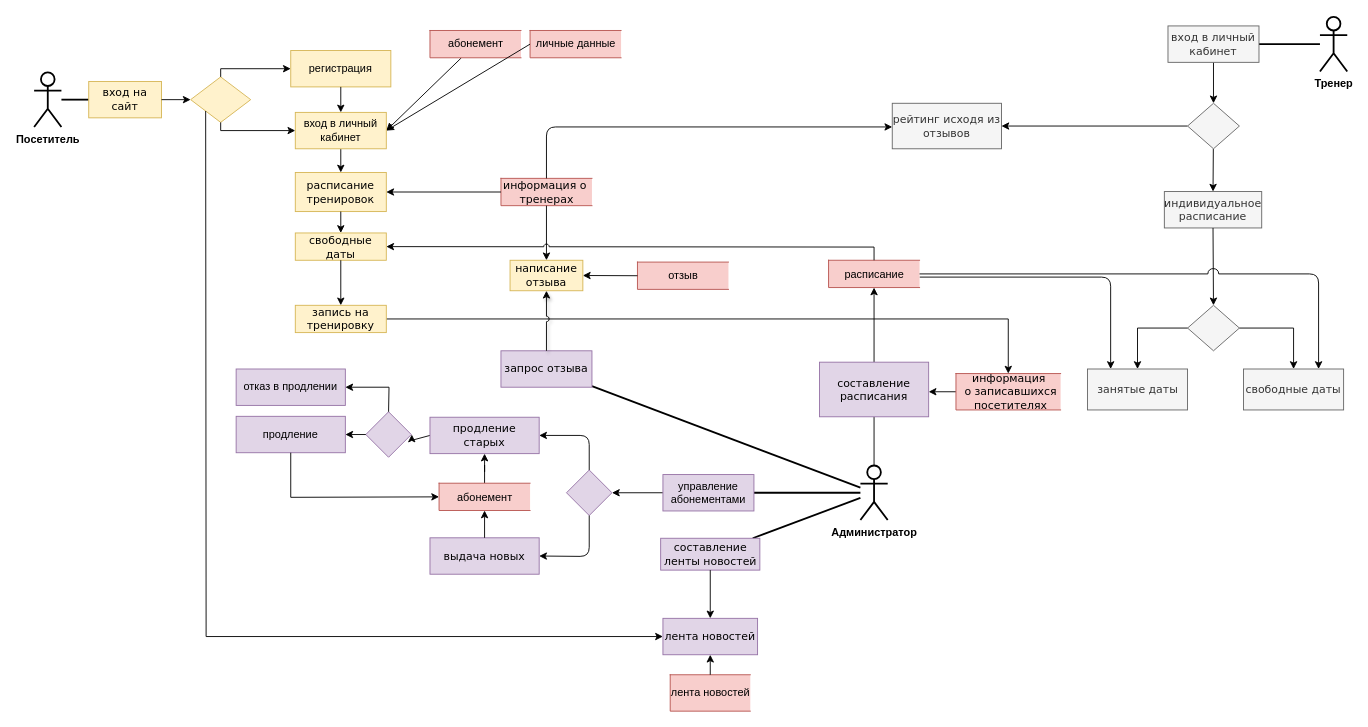
Earlier version of the draw.io diagram диаграмма действий.drawio (yuliapyrikova/-). Source tidied: cells renumbered, new cells numbered last; positions are measured from the earlier drawing's top-left corner, leaving out a move shared by most shapes. Both pictures are drawn from the tidied source at 91%, with x=0, y=0 at pixel (34, 16).
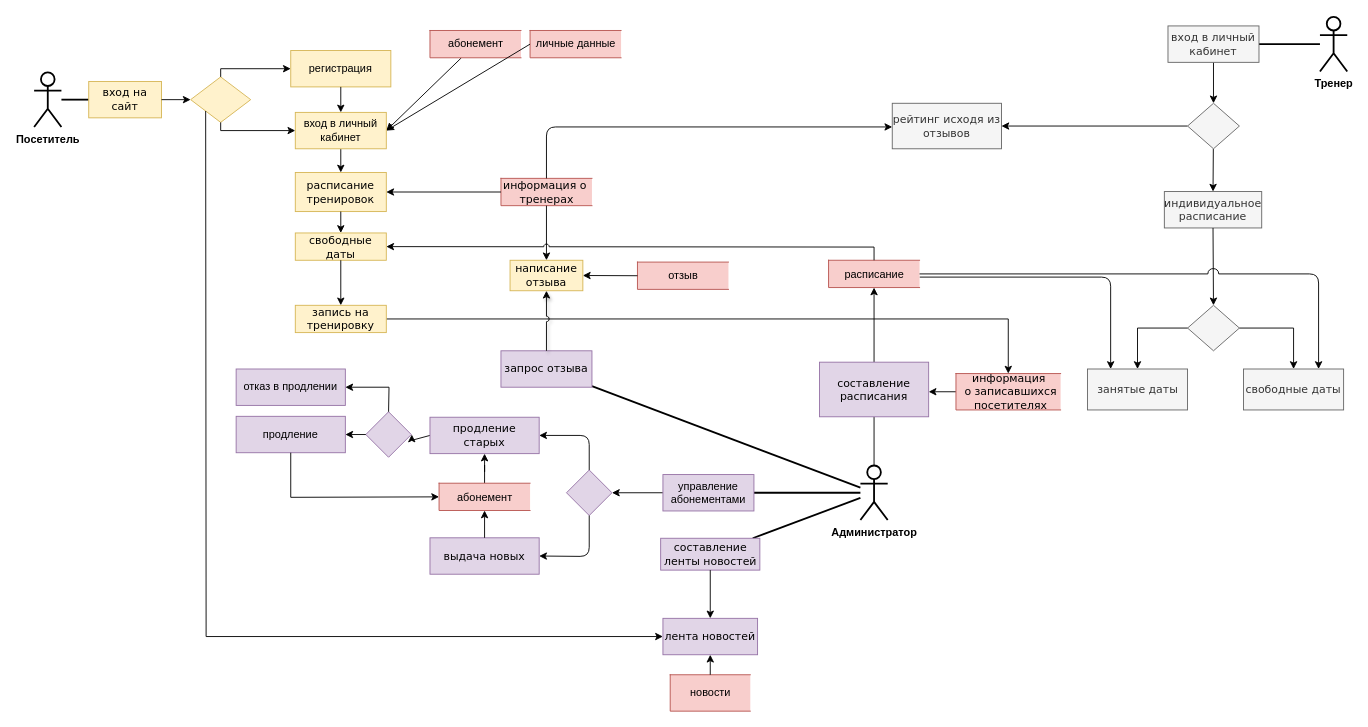
After the change.

Diff of the diagram source:
```diff
@@
-    <mxCell id="50" value="лента новостей" style="html=1;dashed=0;whitespace=wrap;shape=partialRectangle;right=0;fontSize=12;strokeWidth=1;fillColor=#f8cecc;strokeColor=#b85450;" parent="1" vertex="1">
+    <mxCell id="50" value="новости" style="html=1;dashed=0;whitespace=wrap;shape=partialRectangle;right=0;fontSize=12;strokeWidth=1;fillColor=#f8cecc;strokeColor=#b85450;" parent="1" vertex="1">
       <mxGeometry x="699" y="723" width="88" height="40" as="geometry" />
     </mxCell>
```
